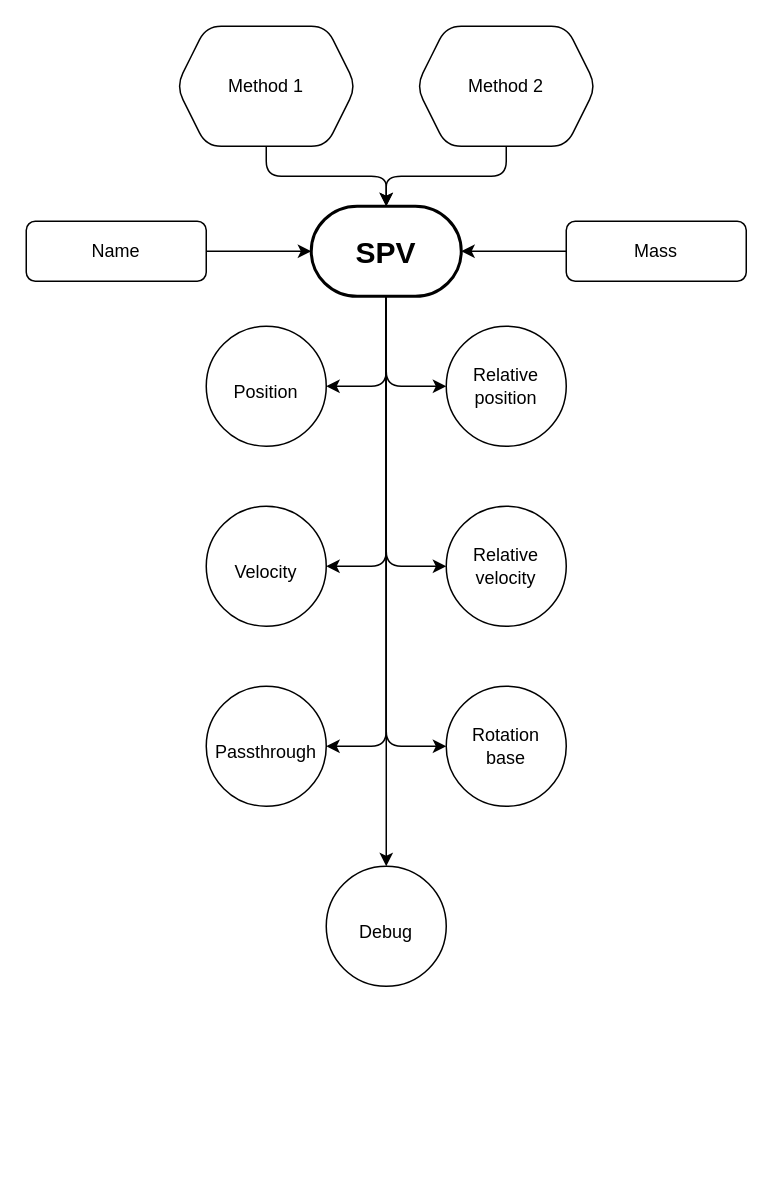
Before: SPV_out.drawio in AlbinSjoegren/SPV, a draw.io diagram. Source tidied: cells renumbered, new cells numbered last; positions are measured from the earlier drawing's top-left corner, leaving out a move shared by most shapes. Both pictures are drawn from the tidied source at 150%, with x=0, y=0 at pixel (26, 26).
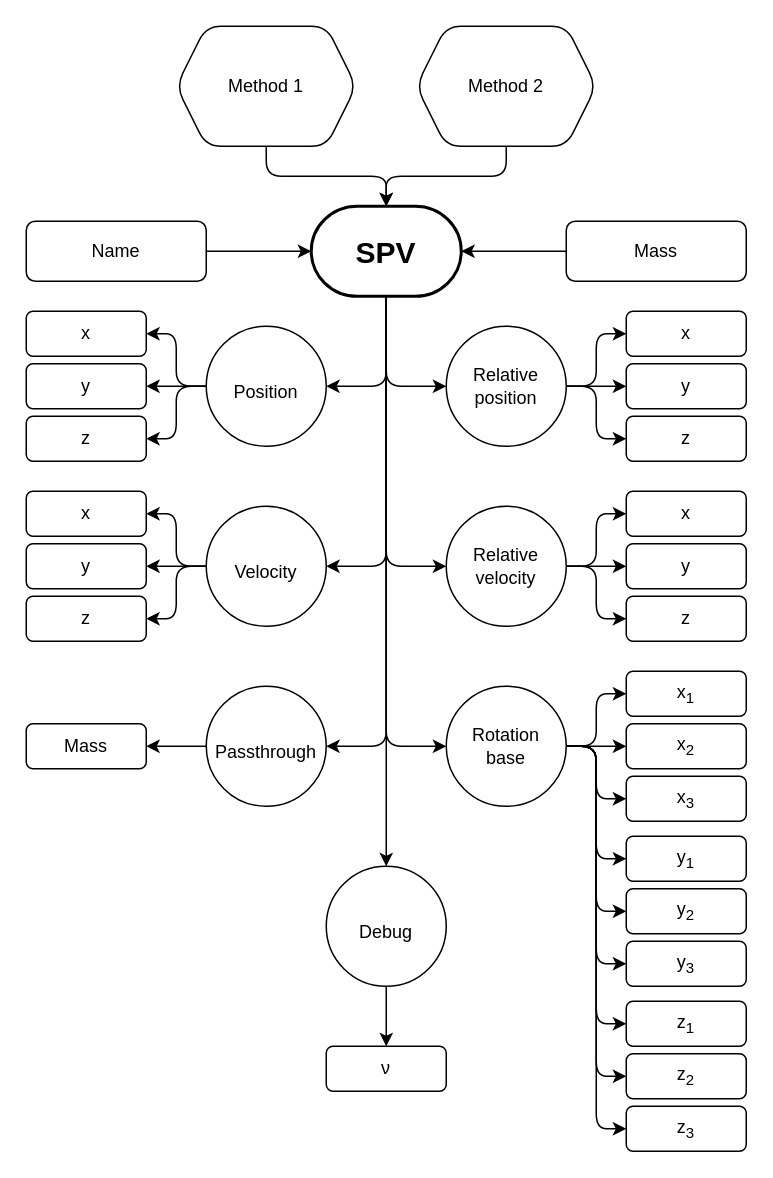
After the change.

The change refers to these unchanged cells:
```xml
<mxCell id="14" value="&lt;div&gt;Relative&lt;/div&gt;&lt;div&gt;position&lt;/div&gt;" style="ellipse;whiteSpace=wrap;html=1;rounded=1;fontSize=12;" parent="1" vertex="1">
  <mxGeometry x="280" y="200" width="80" height="80" as="geometry" />
</mxCell>
<mxCell id="15" value="&lt;div&gt;Relative&lt;/div&gt;&lt;div&gt;velocity&lt;/div&gt;" style="ellipse;whiteSpace=wrap;html=1;rounded=1;fontSize=12;" parent="1" vertex="1">
  <mxGeometry x="280" y="320" width="80" height="80" as="geometry" />
</mxCell>
<mxCell id="16" value="&lt;span style=&quot;font-size: 12px&quot;&gt;Position&lt;/span&gt;" style="ellipse;whiteSpace=wrap;html=1;rounded=1;fontSize=20;" parent="1" vertex="1">
  <mxGeometry x="120" y="200" width="80" height="80" as="geometry" />
</mxCell>
<mxCell id="17" value="&lt;font style=&quot;font-size: 12px&quot;&gt;Velocity&lt;/font&gt;" style="ellipse;whiteSpace=wrap;html=1;rounded=1;fontSize=20;" parent="1" vertex="1">
  <mxGeometry x="120" y="320" width="80" height="80" as="geometry" />
</mxCell>
<mxCell id="18" value="&lt;div&gt;&lt;div&gt;Rotation&lt;/div&gt;&lt;div&gt;base&lt;/div&gt;&lt;/div&gt;" style="ellipse;whiteSpace=wrap;html=1;rounded=1;fontSize=12;" parent="1" vertex="1">
  <mxGeometry x="280" y="440" width="80" height="80" as="geometry" />
</mxCell>
<mxCell id="19" value="&lt;font style=&quot;font-size: 12px&quot;&gt;Passthrough&lt;/font&gt;" style="ellipse;whiteSpace=wrap;html=1;rounded=1;fontSize=20;" parent="1" vertex="1">
  <mxGeometry x="120" y="440" width="80" height="80" as="geometry" />
</mxCell>
<mxCell id="20" value="&lt;font style=&quot;font-size: 12px&quot;&gt;Debug&lt;/font&gt;" style="ellipse;whiteSpace=wrap;html=1;rounded=1;fontSize=20;" parent="1" vertex="1">
  <mxGeometry x="200" y="560" width="80" height="80" as="geometry" />
</mxCell>
```

What changed in the source:
```diff
@@
+    <mxCell id="25" style="edgeStyle=orthogonalEdgeStyle;rounded=1;jettySize=auto;html=1;entryX=0;entryY=0.5;entryDx=0;entryDy=0;fontSize=12;" parent="1" edge="1" source="14" target="56">
+      <mxGeometry relative="1" as="geometry" />
+    </mxCell>
+    <mxCell id="26" style="edgeStyle=orthogonalEdgeStyle;rounded=1;jettySize=auto;html=1;entryX=0;entryY=0.5;entryDx=0;entryDy=0;fontSize=12;" parent="1" edge="1" source="14" target="54">
+      <mxGeometry relative="1" as="geometry" />
+    </mxCell>
+    <mxCell id="27" style="edgeStyle=orthogonalEdgeStyle;rounded=1;jettySize=auto;html=1;entryX=0;entryY=0.5;entryDx=0;entryDy=0;fontSize=12;" parent="1" edge="1" source="14" target="55">
+      <mxGeometry relative="1" as="geometry" />
+    </mxCell>
@@
+    <mxCell id="28" style="edgeStyle=orthogonalEdgeStyle;rounded=1;jettySize=auto;html=1;entryX=0;entryY=0.5;entryDx=0;entryDy=0;fontSize=12;" parent="1" edge="1" source="15" target="59">
+      <mxGeometry relative="1" as="geometry" />
+    </mxCell>
+    <mxCell id="29" style="edgeStyle=orthogonalEdgeStyle;rounded=1;jettySize=auto;html=1;entryX=0;entryY=0.5;entryDx=0;entryDy=0;fontSize=12;" parent="1" edge="1" source="15" target="57">
+      <mxGeometry relative="1" as="geometry" />
+    </mxCell>
+    <mxCell id="30" style="edgeStyle=orthogonalEdgeStyle;rounded=1;jettySize=auto;html=1;fontSize=12;" parent="1" edge="1" source="15" target="58">
+      <mxGeometry relative="1" as="geometry" />
+    </mxCell>
@@
+    <mxCell id="31" style="edgeStyle=orthogonalEdgeStyle;rounded=1;jettySize=auto;html=1;entryX=1;entryY=0.5;entryDx=0;entryDy=0;fontSize=12;" parent="1" edge="1" source="16" target="50">
+      <mxGeometry relative="1" as="geometry" />
+    </mxCell>
+    <mxCell id="32" style="edgeStyle=orthogonalEdgeStyle;rounded=1;jettySize=auto;html=1;entryX=1;entryY=0.5;entryDx=0;entryDy=0;fontSize=12;" parent="1" edge="1" source="16" target="48">
+      <mxGeometry relative="1" as="geometry" />
+    </mxCell>
+    <mxCell id="33" style="edgeStyle=orthogonalEdgeStyle;rounded=1;jettySize=auto;html=1;entryX=1;entryY=0.5;entryDx=0;entryDy=0;fontSize=12;" parent="1" edge="1" source="16" target="49">
+      <mxGeometry relative="1" as="geometry" />
+    </mxCell>
@@
+    <mxCell id="34" style="edgeStyle=orthogonalEdgeStyle;rounded=1;jettySize=auto;html=1;entryX=1;entryY=0.5;entryDx=0;entryDy=0;fontSize=12;" parent="1" edge="1" source="17" target="53">
+      <mxGeometry relative="1" as="geometry" />
+    </mxCell>
+    <mxCell id="35" style="edgeStyle=orthogonalEdgeStyle;rounded=1;jettySize=auto;html=1;entryX=1;entryY=0.5;entryDx=0;entryDy=0;fontSize=12;" parent="1" edge="1" source="17" target="51">
+      <mxGeometry relative="1" as="geometry" />
+    </mxCell>
+    <mxCell id="36" style="edgeStyle=orthogonalEdgeStyle;rounded=1;jettySize=auto;html=1;entryX=1;entryY=0.5;entryDx=0;entryDy=0;fontSize=12;" parent="1" edge="1" source="17" target="52">
+      <mxGeometry relative="1" as="geometry" />
+    </mxCell>
@@
+    <mxCell id="37" style="edgeStyle=orthogonalEdgeStyle;rounded=1;jettySize=auto;html=1;entryX=0;entryY=0.5;entryDx=0;entryDy=0;fontSize=12;" parent="1" edge="1" source="18" target="64">
+      <mxGeometry relative="1" as="geometry" />
+    </mxCell>
+    <mxCell id="38" style="edgeStyle=orthogonalEdgeStyle;rounded=1;jettySize=auto;html=1;fontSize=12;" parent="1" edge="1" source="18" target="62">
+      <mxGeometry relative="1" as="geometry" />
+    </mxCell>
+    <mxCell id="39" style="edgeStyle=orthogonalEdgeStyle;rounded=1;jettySize=auto;html=1;fontSize=12;" parent="1" edge="1" source="18" target="63">
+      <mxGeometry relative="1" as="geometry" />
+    </mxCell>
+    <mxCell id="40" style="edgeStyle=orthogonalEdgeStyle;rounded=1;jettySize=auto;html=1;entryX=0;entryY=0.5;entryDx=0;entryDy=0;fontSize=12;" parent="1" edge="1" source="18" target="67">
+      <mxGeometry relative="1" as="geometry" />
+    </mxCell>
+    <mxCell id="41" style="edgeStyle=orthogonalEdgeStyle;rounded=1;jettySize=auto;html=1;entryX=0;entryY=0.5;entryDx=0;entryDy=0;fontSize=12;" parent="1" edge="1" source="18" target="65">
+      <mxGeometry relative="1" as="geometry" />
+    </mxCell>
+    <mxCell id="42" style="edgeStyle=orthogonalEdgeStyle;rounded=1;jettySize=auto;html=1;entryX=0;entryY=0.5;entryDx=0;entryDy=0;fontSize=12;" parent="1" edge="1" source="18" target="66">
+      <mxGeometry relative="1" as="geometry" />
+    </mxCell>
+    <mxCell id="43" style="edgeStyle=orthogonalEdgeStyle;rounded=1;jettySize=auto;html=1;entryX=0;entryY=0.5;entryDx=0;entryDy=0;fontSize=12;" parent="1" edge="1" source="18" target="70">
+      <mxGeometry relative="1" as="geometry" />
+    </mxCell>
+    <mxCell id="44" style="edgeStyle=orthogonalEdgeStyle;rounded=1;jettySize=auto;html=1;entryX=0;entryY=0.5;entryDx=0;entryDy=0;fontSize=12;" parent="1" edge="1" source="18" target="68">
+      <mxGeometry relative="1" as="geometry" />
+    </mxCell>
+    <mxCell id="45" style="edgeStyle=orthogonalEdgeStyle;rounded=1;jettySize=auto;html=1;entryX=0;entryY=0.5;entryDx=0;entryDy=0;fontSize=12;" parent="1" edge="1" source="18" target="69">
+      <mxGeometry relative="1" as="geometry" />
+    </mxCell>
@@
+    <mxCell id="46" style="edgeStyle=orthogonalEdgeStyle;rounded=1;jettySize=auto;html=1;entryX=1;entryY=0.5;entryDx=0;entryDy=0;fontSize=12;" parent="1" edge="1" source="19" target="60">
+      <mxGeometry relative="1" as="geometry" />
+    </mxCell>
@@
+    <mxCell id="47" style="edgeStyle=orthogonalEdgeStyle;rounded=1;jettySize=auto;html=1;fontSize=12;" parent="1" edge="1" source="20" target="61">
+      <mxGeometry relative="1" as="geometry" />
+    </mxCell>
@@
+    <mxCell id="48" value="y" style="rounded=1;whiteSpace=wrap;html=1;" parent="1" vertex="1">
+      <mxGeometry y="225" width="80" height="30" as="geometry" />
+    </mxCell>
+    <mxCell id="49" value="z" style="rounded=1;whiteSpace=wrap;html=1;" parent="1" vertex="1">
+      <mxGeometry y="260" width="80" height="30" as="geometry" />
+    </mxCell>
+    <mxCell id="50" value="x" style="rounded=1;whiteSpace=wrap;html=1;" parent="1" vertex="1">
+      <mxGeometry y="190" width="80" height="30" as="geometry" />
+    </mxCell>
+    <mxCell id="51" value="y" style="rounded=1;whiteSpace=wrap;html=1;" parent="1" vertex="1">
+      <mxGeometry y="345" width="80" height="30" as="geometry" />
+    </mxCell>
+    <mxCell id="52" value="z" style="rounded=1;whiteSpace=wrap;html=1;" parent="1" vertex="1">
+      <mxGeometry y="380" width="80" height="30" as="geometry" />
+    </mxCell>
+    <mxCell id="53" value="x" style="rounded=1;whiteSpace=wrap;html=1;" parent="1" vertex="1">
+      <mxGeometry y="310" width="80" height="30" as="geometry" />
+    </mxCell>
+    <mxCell id="54" value="y" style="rounded=1;whiteSpace=wrap;html=1;" parent="1" vertex="1">
+      <mxGeometry x="400" y="225" width="80" height="30" as="geometry" />
+    </mxCell>
+    <mxCell id="55" value="z" style="rounded=1;whiteSpace=wrap;html=1;" parent="1" vertex="1">
+      <mxGeometry x="400" y="260" width="80" height="30" as="geometry" />
+    </mxCell>
+    <mxCell id="56" value="x" style="rounded=1;whiteSpace=wrap;html=1;" parent="1" vertex="1">
+      <mxGeometry x="400" y="190" width="80" height="30" as="geometry" />
+    </mxCell>
+    <mxCell id="57" value="y" style="rounded=1;whiteSpace=wrap;html=1;" parent="1" vertex="1">
+      <mxGeometry x="400" y="345" width="80" height="30" as="geometry" />
+    </mxCell>
+    <mxCell id="58" value="z" style="rounded=1;whiteSpace=wrap;html=1;" parent="1" vertex="1">
+      <mxGeometry x="400" y="380" width="80" height="30" as="geometry" />
+    </mxCell>
+    <mxCell id="59" value="x" style="rounded=1;whiteSpace=wrap;html=1;" parent="1" vertex="1">
+      <mxGeometry x="400" y="310" width="80" height="30" as="geometry" />
+    </mxCell>
+    <mxCell id="60" value="Mass" style="rounded=1;whiteSpace=wrap;html=1;" parent="1" vertex="1">
+      <mxGeometry y="465" width="80" height="30" as="geometry" />
+    </mxCell>
+    <mxCell id="61" value="ν" style="rounded=1;whiteSpace=wrap;html=1;" parent="1" vertex="1">
+      <mxGeometry x="200" y="680" width="80" height="30" as="geometry" />
+    </mxCell>
+    <mxCell id="62" value="x&lt;sub&gt;2&lt;/sub&gt;" style="rounded=1;whiteSpace=wrap;html=1;" parent="1" vertex="1">
+      <mxGeometry x="400" y="465" width="80" height="30" as="geometry" />
+    </mxCell>
+    <mxCell id="63" value="x&lt;sub&gt;3&lt;/sub&gt;" style="rounded=1;whiteSpace=wrap;html=1;" parent="1" vertex="1">
+      <mxGeometry x="400" y="500" width="80" height="30" as="geometry" />
+    </mxCell>
+    <mxCell id="64" value="x&lt;sub&gt;1&lt;/sub&gt;" style="rounded=1;whiteSpace=wrap;html=1;" parent="1" vertex="1">
+      <mxGeometry x="400" y="430" width="80" height="30" as="geometry" />
+    </mxCell>
+    <mxCell id="65" value="y&lt;sub&gt;2&lt;/sub&gt;" style="rounded=1;whiteSpace=wrap;html=1;" parent="1" vertex="1">
+      <mxGeometry x="400" y="575" width="80" height="30" as="geometry" />
+    </mxCell>
+    <mxCell id="66" value="y&lt;sub&gt;3&lt;/sub&gt;" style="rounded=1;whiteSpace=wrap;html=1;" parent="1" vertex="1">
+      <mxGeometry x="400" y="610" width="80" height="30" as="geometry" />
+    </mxCell>
+    <mxCell id="67" value="y&lt;sub&gt;1&lt;/sub&gt;" style="rounded=1;whiteSpace=wrap;html=1;" parent="1" vertex="1">
+      <mxGeometry x="400" y="540" width="80" height="30" as="geometry" />
+    </mxCell>
+    <mxCell id="68" value="z&lt;sub&gt;2&lt;/sub&gt;" style="rounded=1;whiteSpace=wrap;html=1;" parent="1" vertex="1">
+      <mxGeometry x="400" y="685" width="80" height="30" as="geometry" />
+    </mxCell>
+    <mxCell id="69" value="z&lt;sub&gt;3&lt;/sub&gt;" style="rounded=1;whiteSpace=wrap;html=1;" parent="1" vertex="1">
+      <mxGeometry x="400" y="720" width="80" height="30" as="geometry" />
+    </mxCell>
+    <mxCell id="70" value="z&lt;sub&gt;1&lt;/sub&gt;" style="rounded=1;whiteSpace=wrap;html=1;" parent="1" vertex="1">
+      <mxGeometry x="400" y="650" width="80" height="30" as="geometry" />
+    </mxCell>
```
